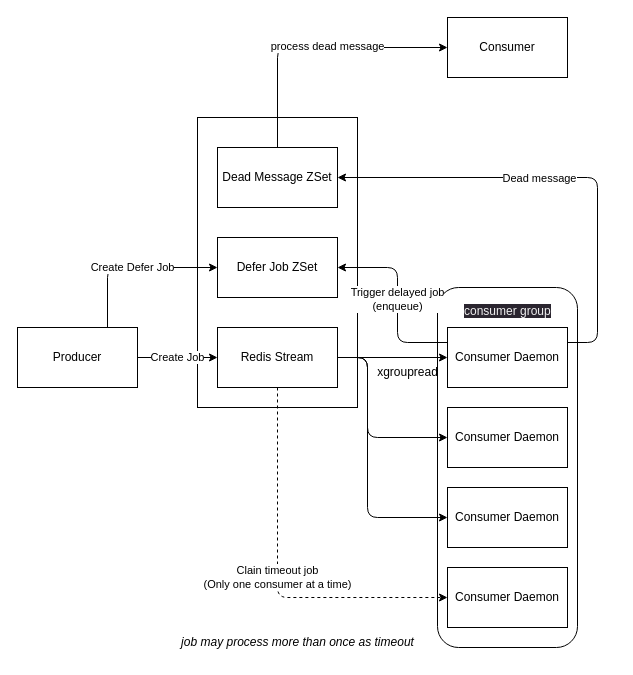
Before: drawio/Architecture.drawio in b-scheduler/brq, a draw.io diagram. Source tidied: cells renumbered, new cells numbered last; positions are measured from the earlier drawing's top-left corner, leaving out a move shared by most shapes. Both pictures are drawn from the tidied source at 100%, with x=0, y=0 at pixel (17, 17).
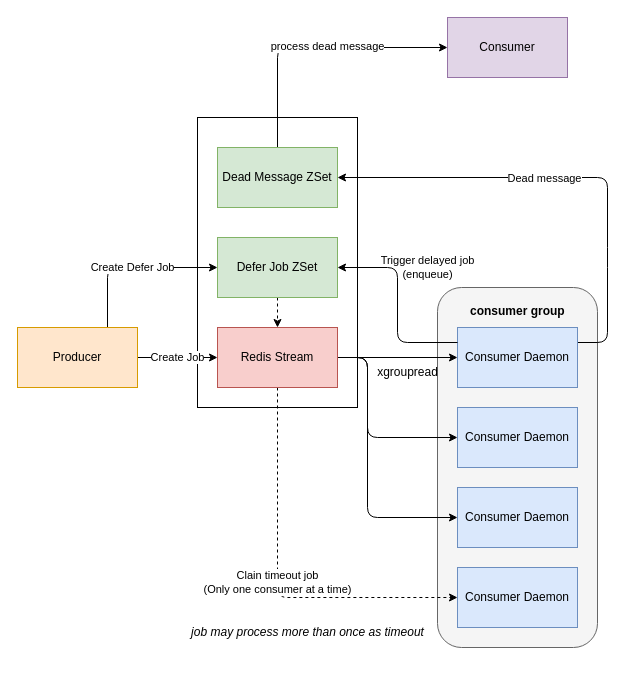
Above is the later version.

Change to the diagram source:
```diff
@@
-    <mxCell id="3" style="rounded=1;whiteSpace=wrap;html=1;" parent="1" vertex="1">
-      <mxGeometry x="420" y="270" width="140" height="360" as="geometry" />
+    <mxCell id="3" style="rounded=1;whiteSpace=wrap;html=1;fillColor=#f5f5f5;fontColor=#333333;strokeColor=#666666;" parent="1" vertex="1">
+      <mxGeometry x="420" y="270" width="160" height="360" as="geometry" />
     </mxCell>
@@
-    <mxCell id="8" value="&lt;span style=&quot;&quot;&gt;Redis Stream&lt;/span&gt;" style="rounded=0;whiteSpace=wrap;html=1;" parent="1" vertex="1">
+    <mxCell id="8" value="&lt;span style=&quot;&quot;&gt;Redis Stream&lt;/span&gt;" style="rounded=0;whiteSpace=wrap;html=1;fillColor=#f8cecc;strokeColor=#b85450;" parent="1" vertex="1">
       <mxGeometry x="200" y="310" width="120" height="60" as="geometry" />
     </mxCell>
+    <mxCell id="27" style="edgeStyle=none;html=1;fontColor=#000000;dashed=1;" parent="1" edge="1" source="9" target="8">
+      <mxGeometry relative="1" as="geometry" />
+    </mxCell>
-    <mxCell id="9" value="Defer Job ZSet" style="rounded=0;whiteSpace=wrap;html=1;" parent="1" vertex="1">
+    <mxCell id="9" value="Defer Job ZSet" style="rounded=0;whiteSpace=wrap;html=1;fillColor=#d5e8d4;strokeColor=#82b366;" parent="1" vertex="1">
       <mxGeometry x="200" y="220" width="120" height="60" as="geometry" />
     </mxCell>
@@
-    <mxCell id="12" value="Dead Message ZSet" style="rounded=0;whiteSpace=wrap;html=1;" parent="1" vertex="1">
+    <mxCell id="12" value="Dead Message ZSet" style="rounded=0;whiteSpace=wrap;html=1;fillColor=#d5e8d4;strokeColor=#82b366;" parent="1" vertex="1">
       <mxGeometry x="200" y="130" width="120" height="60" as="geometry" />
     </mxCell>
@@
-    <mxCell id="15" value="Producer" style="rounded=0;whiteSpace=wrap;html=1;" parent="1" vertex="1">
+    <mxCell id="15" value="Producer" style="rounded=0;whiteSpace=wrap;html=1;fillColor=#ffe6cc;strokeColor=#d79b00;" parent="1" vertex="1">
       <mxGeometry y="310" width="120" height="60" as="geometry" />
     </mxCell>
-    <mxCell id="16" value="Consumer Daemon" style="rounded=0;whiteSpace=wrap;html=1;" parent="1" vertex="1">
-      <mxGeometry x="430" y="390" width="120" height="60" as="geometry" />
+    <mxCell id="16" value="Consumer Daemon" style="rounded=0;whiteSpace=wrap;html=1;fillColor=#dae8fc;strokeColor=#6c8ebf;" parent="1" vertex="1">
+      <mxGeometry x="440" y="390" width="120" height="60" as="geometry" />
     </mxCell>
-    <mxCell id="17" value="Consumer Daemon" style="rounded=0;whiteSpace=wrap;html=1;" parent="1" vertex="1">
-      <mxGeometry x="430" y="470" width="120" height="60" as="geometry" />
+    <mxCell id="17" value="Consumer Daemon" style="rounded=0;whiteSpace=wrap;html=1;fillColor=#dae8fc;strokeColor=#6c8ebf;" parent="1" vertex="1">
+      <mxGeometry x="440" y="470" width="120" height="60" as="geometry" />
     </mxCell>
     <mxCell id="18" style="edgeStyle=none;html=1;exitX=1;exitY=0.25;exitDx=0;exitDy=0;entryX=1;entryY=0.5;entryDx=0;entryDy=0;" parent="1" edge="1" source="21" target="12">
       <mxGeometry relative="1" as="geometry">
         <Array as="points">
-          <mxPoint x="580" y="325" />
-          <mxPoint x="580" y="160" />
+          <mxPoint x="590" y="325" />
+          <mxPoint x="590" y="240" />
+          <mxPoint x="590" y="160" />
         </Array>
       </mxGeometry>
     </mxCell>
@@
-    <mxCell id="20" value="Trigger delayed job&lt;br&gt;(enqueue)" style="edgeStyle=none;html=1;exitX=0;exitY=0.25;exitDx=0;exitDy=0;entryX=1;entryY=0.5;entryDx=0;entryDy=0;" parent="1" edge="1" source="21" target="9">
-      <mxGeometry relative="1" as="geometry">
-        <Array as="points">
-          <mxPoint x="380" y="325" />
-          <mxPoint x="380" y="250" />
-        </Array>
-      </mxGeometry>
-    </mxCell>
-    <mxCell id="21" value="Consumer Daemon" style="rounded=0;whiteSpace=wrap;html=1;" parent="1" vertex="1">
-      <mxGeometry x="430" y="310" width="120" height="60" as="geometry" />
+    <mxCell id="21" value="Consumer Daemon" style="rounded=0;whiteSpace=wrap;html=1;fillColor=#dae8fc;strokeColor=#6c8ebf;" parent="1" vertex="1">
+      <mxGeometry x="440" y="310" width="120" height="60" as="geometry" />
     </mxCell>
-    <mxCell id="22" value="&lt;span style=&quot;color: rgb(240, 240, 240); font-family: Helvetica; font-size: 12px; font-style: normal; font-variant-ligatures: normal; font-variant-caps: normal; font-weight: 400; letter-spacing: normal; orphans: 2; text-align: center; text-indent: 0px; text-transform: none; widows: 2; word-spacing: 0px; -webkit-text-stroke-width: 0px; background-color: rgb(42, 37, 47); text-decoration-thickness: initial; text-decoration-style: initial; text-decoration-color: initial; float: none; display: inline !important;&quot;&gt;consumer group&lt;/span&gt;" style="text;whiteSpace=wrap;html=1;" parent="1" vertex="1">
-      <mxGeometry x="445" y="280" width="90" height="30" as="geometry" />
+    <mxCell id="22" value="&lt;span style=&quot;font-family: Helvetica; font-size: 12px; font-style: normal; font-variant-ligatures: normal; font-variant-caps: normal; letter-spacing: normal; orphans: 2; text-align: center; text-indent: 0px; text-transform: none; widows: 2; word-spacing: 0px; -webkit-text-stroke-width: 0px; text-decoration-thickness: initial; text-decoration-style: initial; text-decoration-color: initial; float: none; display: inline !important;&quot;&gt;consumer group&lt;/span&gt;" style="text;whiteSpace=wrap;html=1;labelBackgroundColor=none;fontColor=#000000;fontStyle=1;" parent="1" vertex="1">
+      <mxGeometry x="451.2" y="280" width="97.5" height="30" as="geometry" />
     </mxCell>
@@
-    <mxCell id="24" value="Consumer" style="rounded=0;whiteSpace=wrap;html=1;" parent="1" vertex="1">
+    <mxCell id="24" value="Consumer" style="rounded=0;whiteSpace=wrap;html=1;fillColor=#e1d5e7;strokeColor=#9673a6;" parent="1" vertex="1">
       <mxGeometry x="430" width="120" height="60" as="geometry" />
     </mxCell>
-    <mxCell id="25" value="Consumer Daemon" style="rounded=0;whiteSpace=wrap;html=1;" parent="1" vertex="1">
-      <mxGeometry x="430" y="550" width="120" height="60" as="geometry" />
+    <mxCell id="25" value="Consumer Daemon" style="rounded=0;whiteSpace=wrap;html=1;fillColor=#dae8fc;strokeColor=#6c8ebf;" parent="1" vertex="1">
+      <mxGeometry x="440" y="550" width="120" height="60" as="geometry" />
     </mxCell>
     <mxCell id="26" value="job may process more than once as timeout" style="text;html=1;align=center;verticalAlign=middle;strokeColor=none;fillColor=none;fontStyle=2;" parent="1" vertex="1">
-      <mxGeometry x="150" y="610" width="260" height="30" as="geometry" />
+      <mxGeometry x="160" y="600" width="260" height="30" as="geometry" />
     </mxCell>
+    <mxCell id="20" value="Trigger delayed job&lt;br&gt;(enqueue)" style="edgeStyle=none;html=1;exitX=0;exitY=0.25;exitDx=0;exitDy=0;entryX=1;entryY=0.5;entryDx=0;entryDy=0;labelBackgroundColor=none;" parent="1" edge="1" source="21" target="9">
+      <mxGeometry x="0.38" y="-30" relative="1" as="geometry">
+        <Array as="points">
+          <mxPoint x="380" y="325" />
+          <mxPoint x="380" y="250" />
+        </Array>
+        <mxPoint x="30" y="30" as="offset" />
+      </mxGeometry>
+    </mxCell>
```
